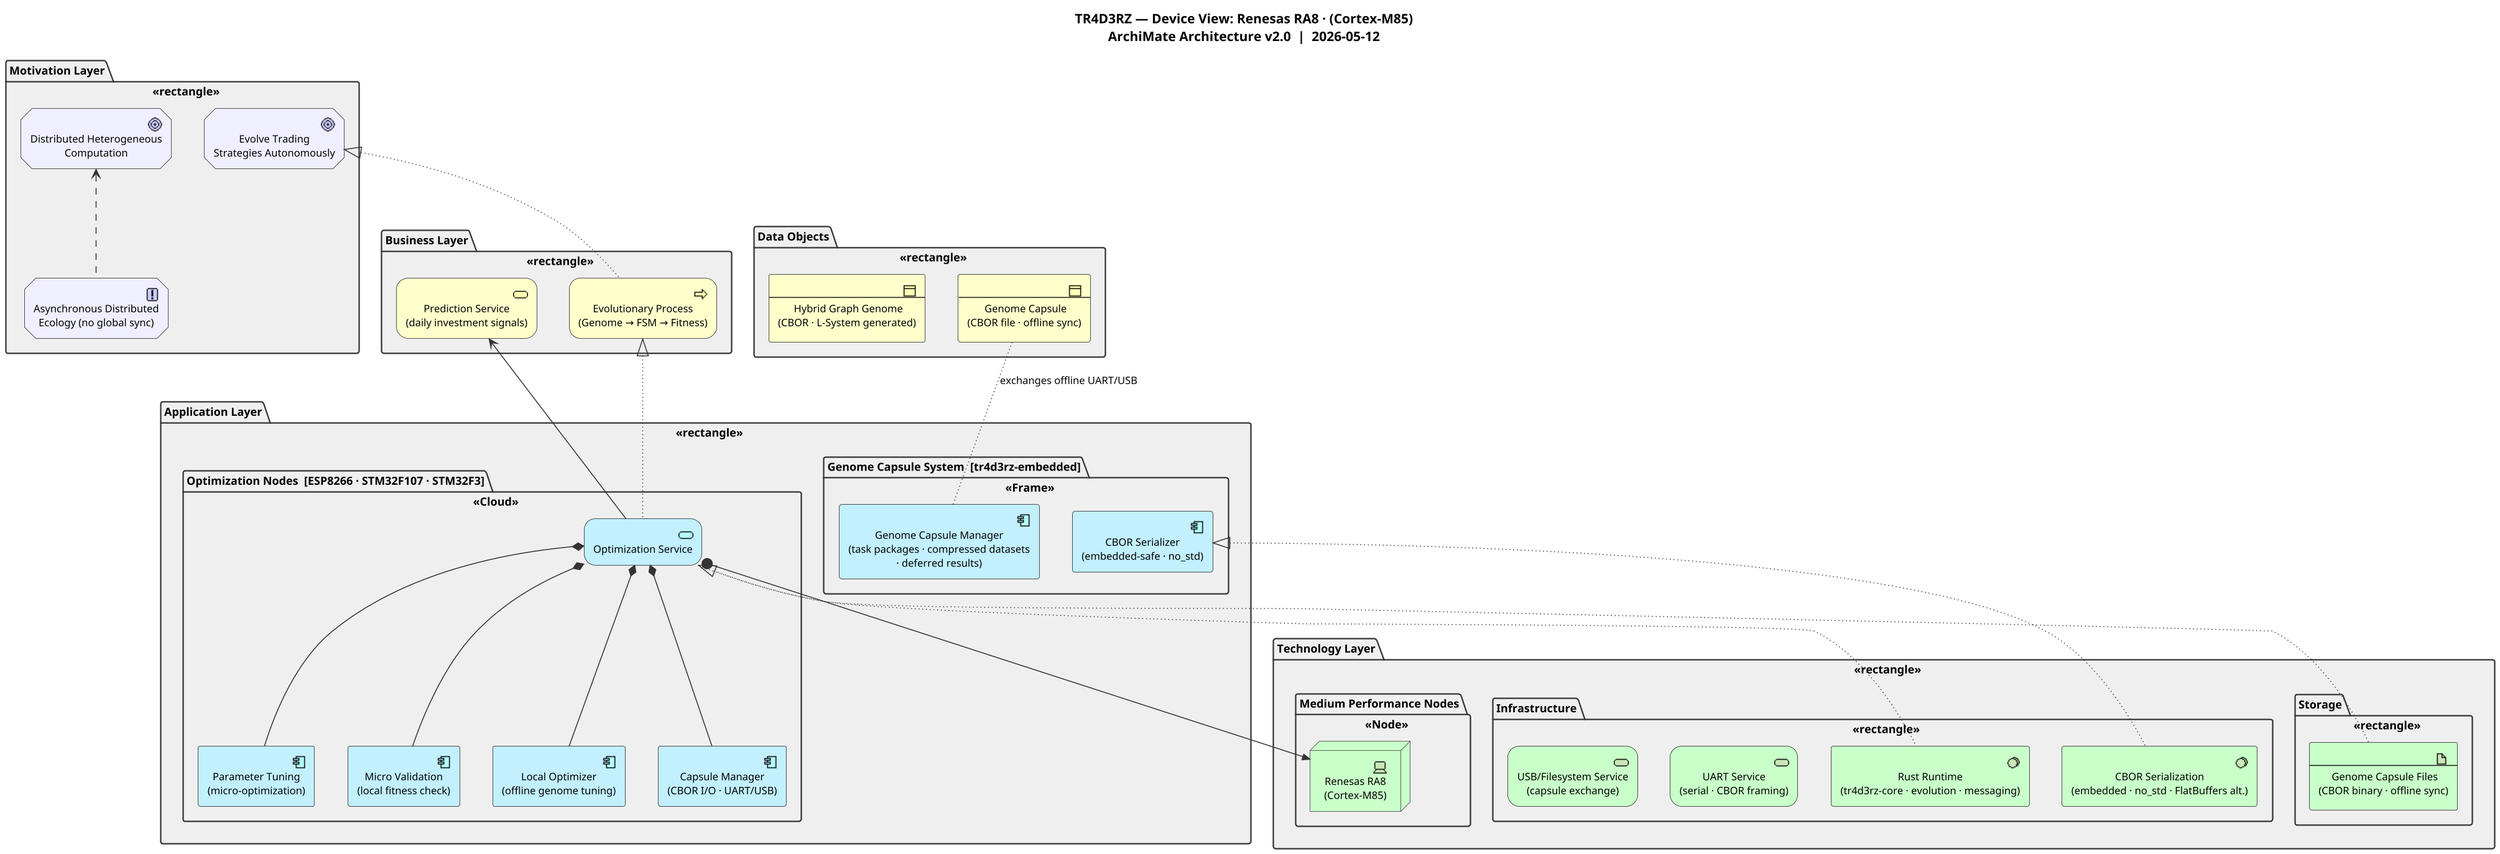
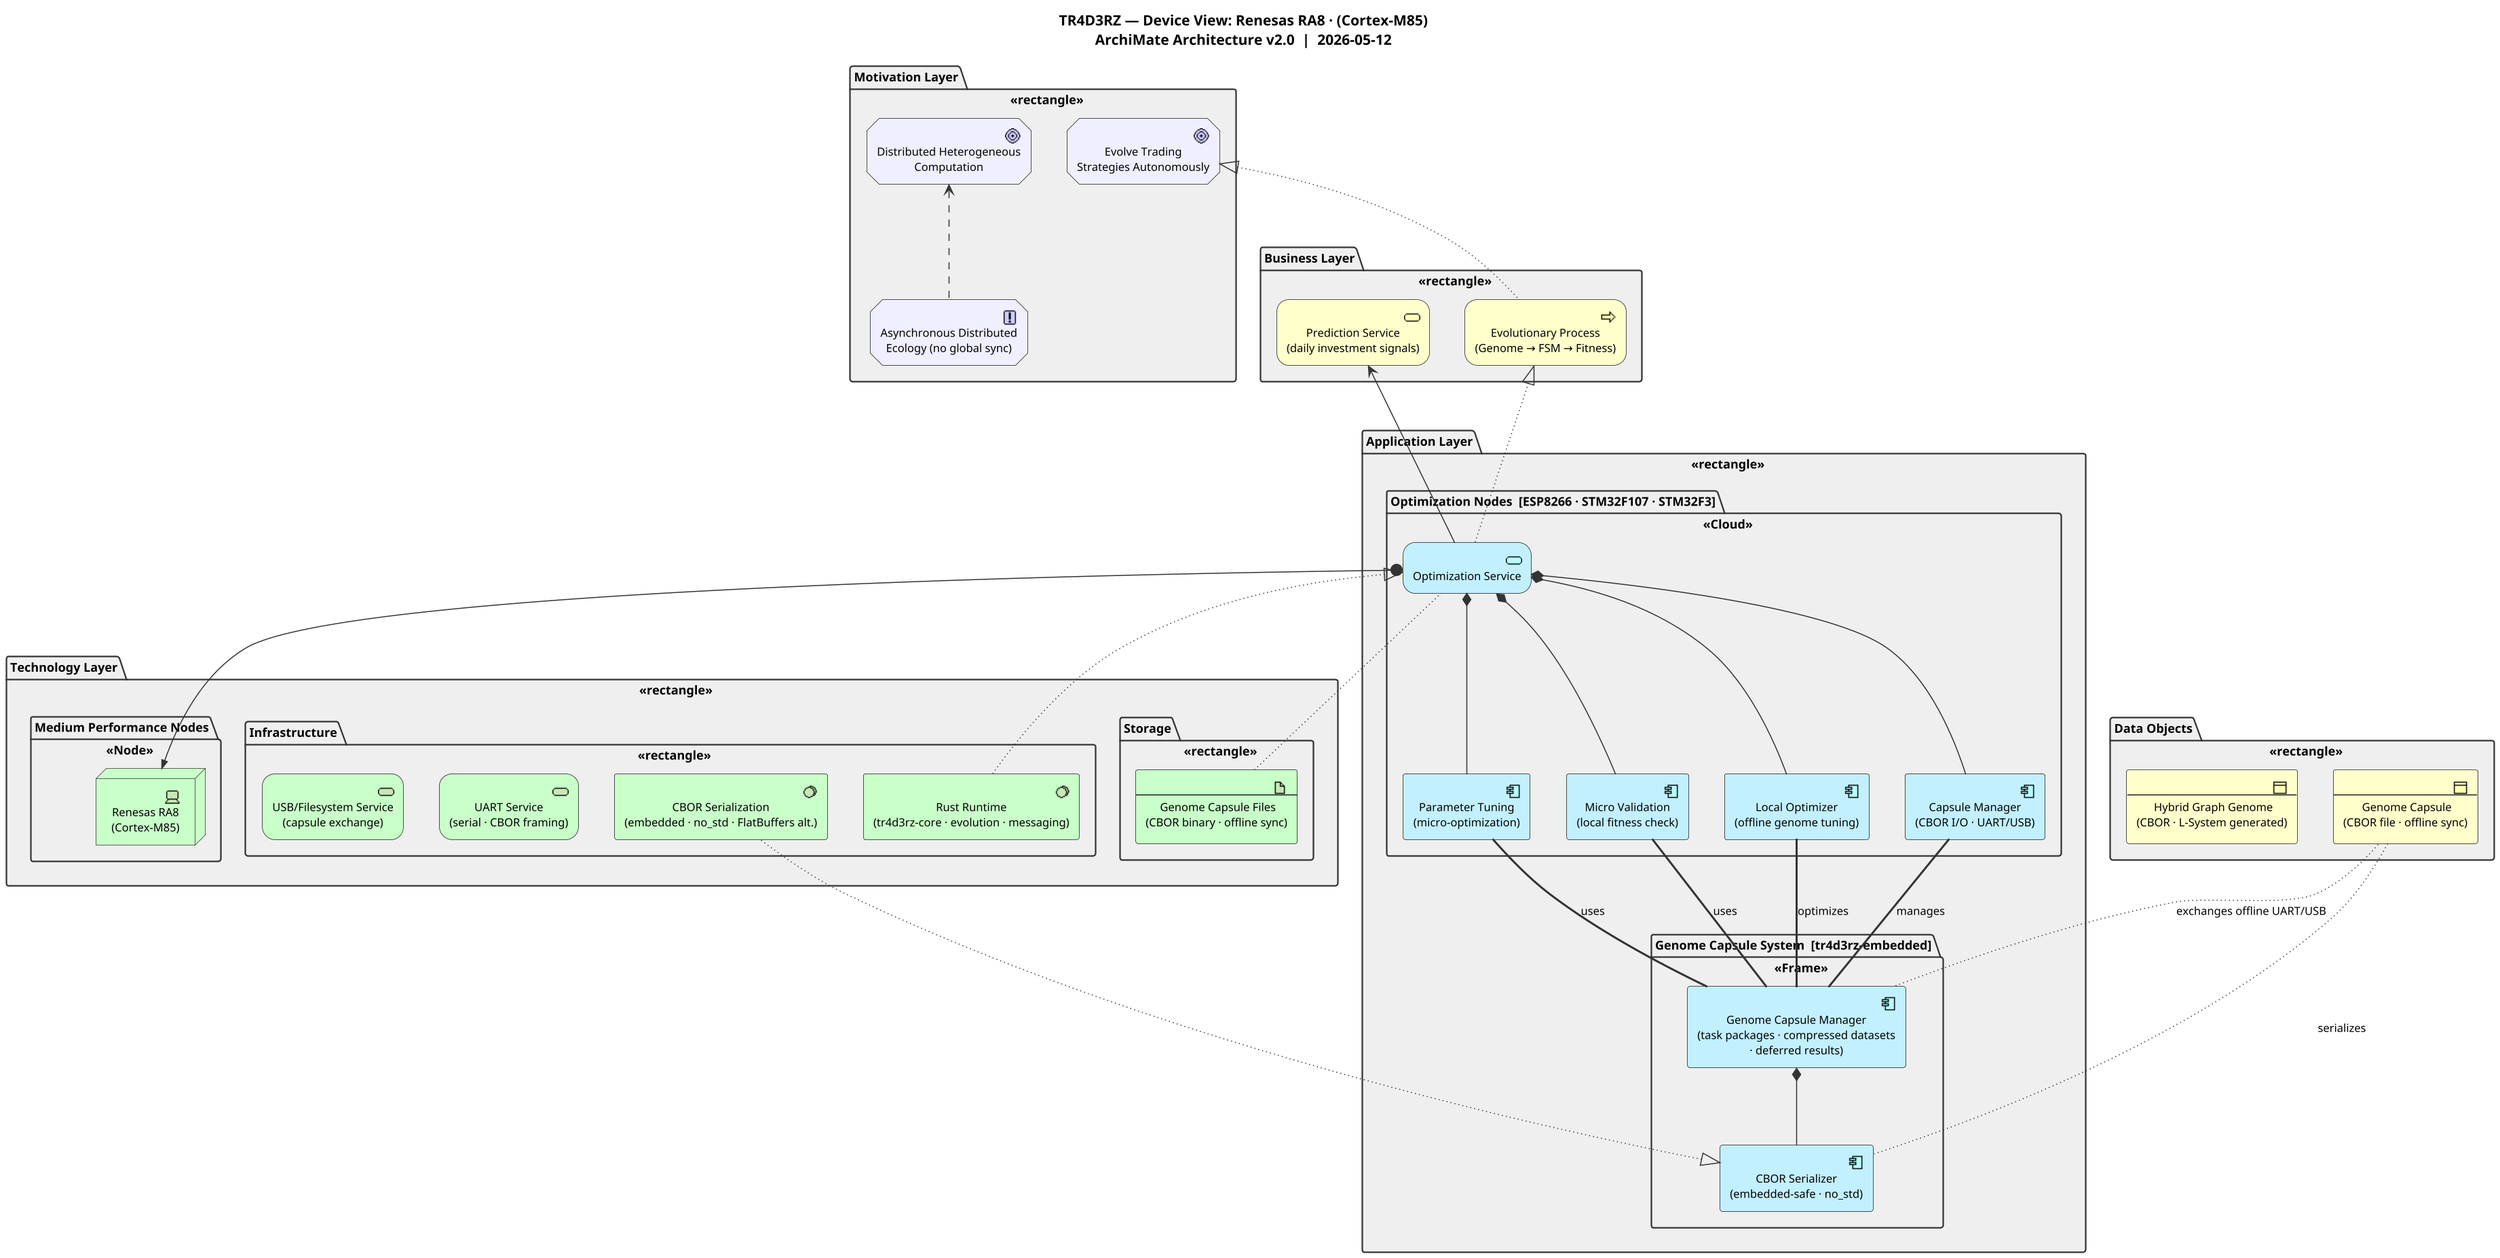
@startuml TR4D3RZ_ra8
!include <archimate/Archimate>

skinparam backgroundColor #FFFFFF
skinparam defaultFontName "Courier New"
skinparam defaultFontColor #000000
skinparam defaultFontSize 11
skinparam ArrowColor #333333
skinparam packageBorderColor #333333
skinparam packageBackgroundColor #EFEFEF
skinparam packageFontColor #000000
skinparam packageFontSize 12
skinparam packageFontStyle bold
skinparam nodeBorderColor #333333
skinparam noteBorderColor #333333
skinparam noteBackgroundColor #FFFDE7
skinparam noteFontColor #000000
scale 1.5

title TR4D3RZ — Device View: Renesas RA8 · (Cortex-M85)\nArchiMate Architecture v2.0  |  2026-05-12

package "Motivation Layer" <<rectangle>> {
  Motivation_Goal(goal_distribute, "Distributed Heterogeneous\nComputation")
  Motivation_Goal(goal_evolve, "Evolve Trading\nStrategies Autonomously")
  Motivation_Principle(prin_async, "Asynchronous Distributed\nEcology (no global sync)")
}

package "Business Layer" <<rectangle>> {
  Business_Process(proc_evolution, "Evolutionary Process\n(Genome → FSM → Fitness)")
  Business_Service(svc_prediction, "Prediction Service\n(daily investment signals)")
}

package "Application Layer" <<rectangle>> {
  package "Optimization Nodes  [ESP8266 · STM32F107 · STM32F3]" <<Cloud>> {
    Application_Service(opt_svc, "Optimization Service")
    Application_Component(opt_tuning, "Parameter Tuning\n(micro-optimization)")
    Application_Component(opt_validation, "Micro Validation\n(local fitness check)")
    Application_Component(opt_local, "Local Optimizer\n(offline genome tuning)")
    Application_Component(opt_capsule, "Capsule Manager\n(CBOR I/O · UART/USB)")
  }
  package "Genome Capsule System  [tr4d3rz-embedded]" <<Frame>> {
    Application_Component(capsule_mgr,  "Genome Capsule Manager\n(task packages · compressed datasets\n· deferred results)")
    Application_Component(capsule_cbor, "CBOR Serializer\n(embedded-safe · no_std)")
  }
}

package "Data Objects" <<rectangle>> {
  Business_Object(data_genome, "Hybrid Graph Genome\n(CBOR · L-System generated)")
  Business_Object(data_capsule, "Genome Capsule\n(CBOR file · offline sync)")
}

package "Technology Layer" <<rectangle>> {
  package "Medium Performance Nodes" <<Node>> {
    Technology_Device(hw_ra8, "Renesas RA8\n(Cortex-M85)")
  }
  package "Infrastructure" <<rectangle>> {
    Technology_SystemSoftware(rt_rust, "Rust Runtime\n(tr4d3rz-core · evolution · messaging)")
    Technology_SystemSoftware(rt_cbor, "CBOR Serialization\n(embedded · no_std · FlatBuffers alt.)")
    Technology_Service(net_uart, "UART Service\n(serial · CBOR framing)")
    Technology_Service(net_usb, "USB/Filesystem Service\n(capsule exchange)")
  }
  package "Storage" <<rectangle>> {
    Technology_Artifact(capsule_fs, "Genome Capsule Files\n(CBOR binary · offline sync)")
  }
}

' ── Relations ──────────────────────────────────────────────
Rel_Realization_Up(proc_evolution, goal_evolve)
Rel_Influence_Up(prin_async, goal_distribute)
Rel_Realization_Up(opt_svc, proc_evolution)
Rel_Serving_Up(opt_svc, svc_prediction)
Rel_Composition_Down(opt_svc, opt_tuning)
Rel_Composition_Down(opt_svc, opt_validation)
Rel_Composition_Down(opt_svc, opt_local)
Rel_Composition_Down(opt_svc, opt_capsule)
Rel_Assignment_Down(opt_svc, hw_ra8)
Rel_Realization_Up(rt_rust, opt_svc)
Rel_Realization_Up(rt_cbor, capsule_cbor)
Rel_Access_Up(opt_svc, capsule_fs)
Rel_Access_Up(capsule_mgr, data_capsule, "exchanges offline UART/USB")
+ Rel_Association(opt_tuning, capsule_mgr, "uses")
+ Rel_Association(opt_validation, capsule_mgr, "uses")
+ Rel_Association(opt_local, capsule_mgr, "optimizes")
+ Rel_Association(opt_capsule, capsule_mgr, "manages")
+ Rel_Composition_Down(capsule_mgr, capsule_cbor)
+ Rel_Access_Up(capsule_cbor, data_capsule, "serializes")

@enduml